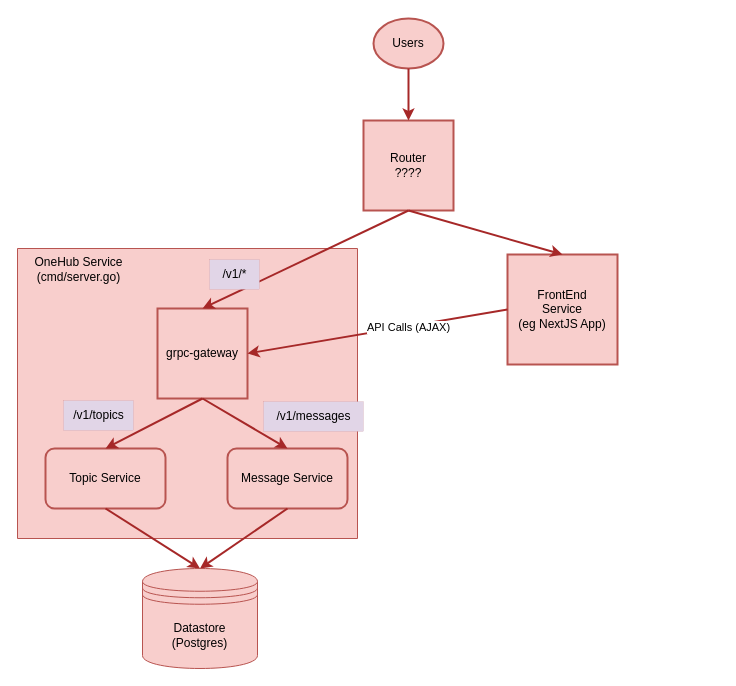
This is page "New Architecture" (2 of 2) of public/static/images/Untitled Diagram.drawio from panyam/blog, a draw.io file, before an edit. Source tidied: cells renumbered, new cells numbered last; positions are measured from the earlier drawing's top-left corner, leaving out a move shared by most shapes. Both pictures are drawn from the tidied source at 100%, with x=0, y=0 at pixel (17, 18).
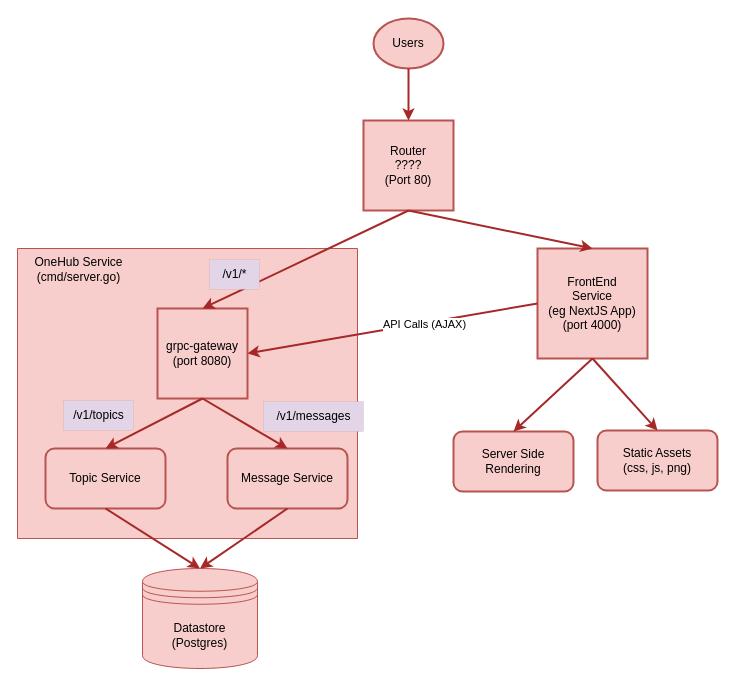
The same diagram, later.

Diff of the diagram source:
```diff
@@
-    <mxCell id="3" value="Router&lt;br&gt;????" style="whiteSpace=wrap;html=1;fillColor=#f8cecc;strokeColor=#b85450;strokeWidth=2;" parent="1" vertex="1">
+    <mxCell id="3" value="Router&lt;br&gt;????&lt;br&gt;(Port 80)" style="whiteSpace=wrap;html=1;fillColor=#f8cecc;strokeColor=#b85450;strokeWidth=2;" parent="1" vertex="1">
       <mxGeometry x="346" y="102" width="90" height="90" as="geometry" />
     </mxCell>
@@
-    <mxCell id="5" value="grpc-gateway" style="whiteSpace=wrap;html=1;fillColor=#f8cecc;strokeColor=#b85450;strokeWidth=2;" parent="1" vertex="1">
+    <mxCell id="5" value="grpc-gateway&lt;br&gt;(port 8080)" style="whiteSpace=wrap;html=1;fillColor=#f8cecc;strokeColor=#b85450;strokeWidth=2;" parent="1" vertex="1">
       <mxGeometry x="140" y="290" width="90" height="90" as="geometry" />
     </mxCell>
@@
-    <mxCell id="19" value="FrontEnd&lt;br&gt;Service&lt;br&gt;(eg NextJS App)" style="whiteSpace=wrap;html=1;fillColor=#f8cecc;strokeColor=#b85450;strokeWidth=2;" parent="1" vertex="1">
-      <mxGeometry x="490" y="236" width="110" height="110" as="geometry" />
+    <mxCell id="19" value="FrontEnd&lt;br&gt;Service&lt;br&gt;(eg NextJS App)&lt;br&gt;(port 4000)" style="whiteSpace=wrap;html=1;fillColor=#f8cecc;strokeColor=#b85450;strokeWidth=2;" parent="1" vertex="1">
+      <mxGeometry x="520" y="230" width="110" height="110" as="geometry" />
     </mxCell>
@@
+    <mxCell id="23" value="Static Assets&lt;br&gt;(css, js, png)" style="rounded=1;whiteSpace=wrap;html=1;fillColor=#f8cecc;strokeColor=#b85450;strokeWidth=2;" parent="1" vertex="1">
+      <mxGeometry x="580" y="412" width="120" height="60" as="geometry" />
+    </mxCell>
+    <mxCell id="24" value="Server Side Rendering" style="rounded=1;whiteSpace=wrap;html=1;fillColor=#f8cecc;strokeColor=#b85450;strokeWidth=2;" parent="1" vertex="1">
+      <mxGeometry x="436" y="413" width="120" height="60" as="geometry" />
+    </mxCell>
+    <mxCell id="25" style="endArrow=classic;html=1;rounded=0;exitX=0.5;exitY=1;exitDx=0;exitDy=0;entryX=0.5;entryY=0;entryDx=0;entryDy=0;strokeColor=#A62828;strokeWidth=2;fillColor=#e1d5e7;" parent="1" edge="1" source="19" target="23">
+      <mxGeometry relative="1" as="geometry" />
+    </mxCell>
+    <mxCell id="26" style="endArrow=classic;html=1;rounded=0;exitX=0.5;exitY=1;exitDx=0;exitDy=0;entryX=0.5;entryY=0;entryDx=0;entryDy=0;strokeColor=#A62828;strokeWidth=2;fillColor=#e1d5e7;" parent="1" edge="1" source="19" target="24">
+      <mxGeometry relative="1" as="geometry" />
+    </mxCell>
```
